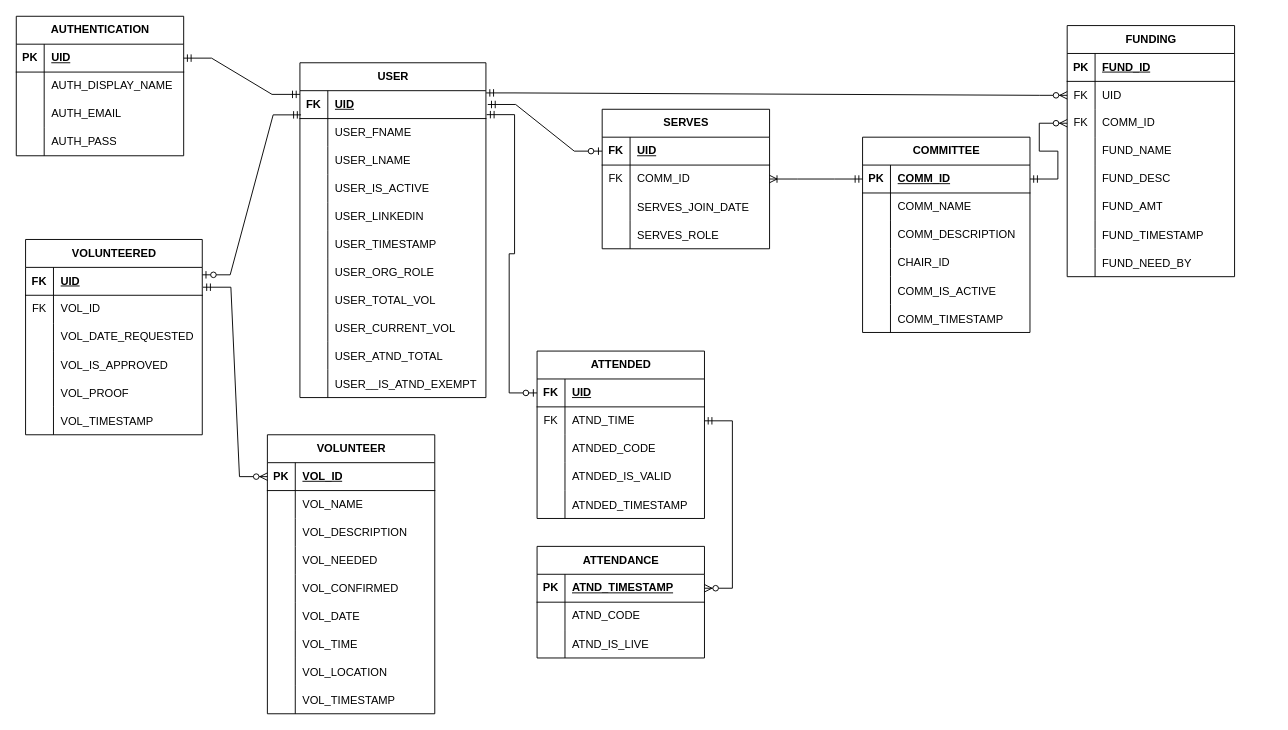
Above: dev/ApolloDBRelationalModel.drawio in Monotonality/Apollo (draw.io), before the change. Source tidied: cells renumbered, new cells numbered last; positions are measured from the earlier drawing's top-left corner, leaving out a move shared by most shapes. Both pictures are drawn from the tidied source at 93%, with x=0, y=0 at pixel (16, 16).
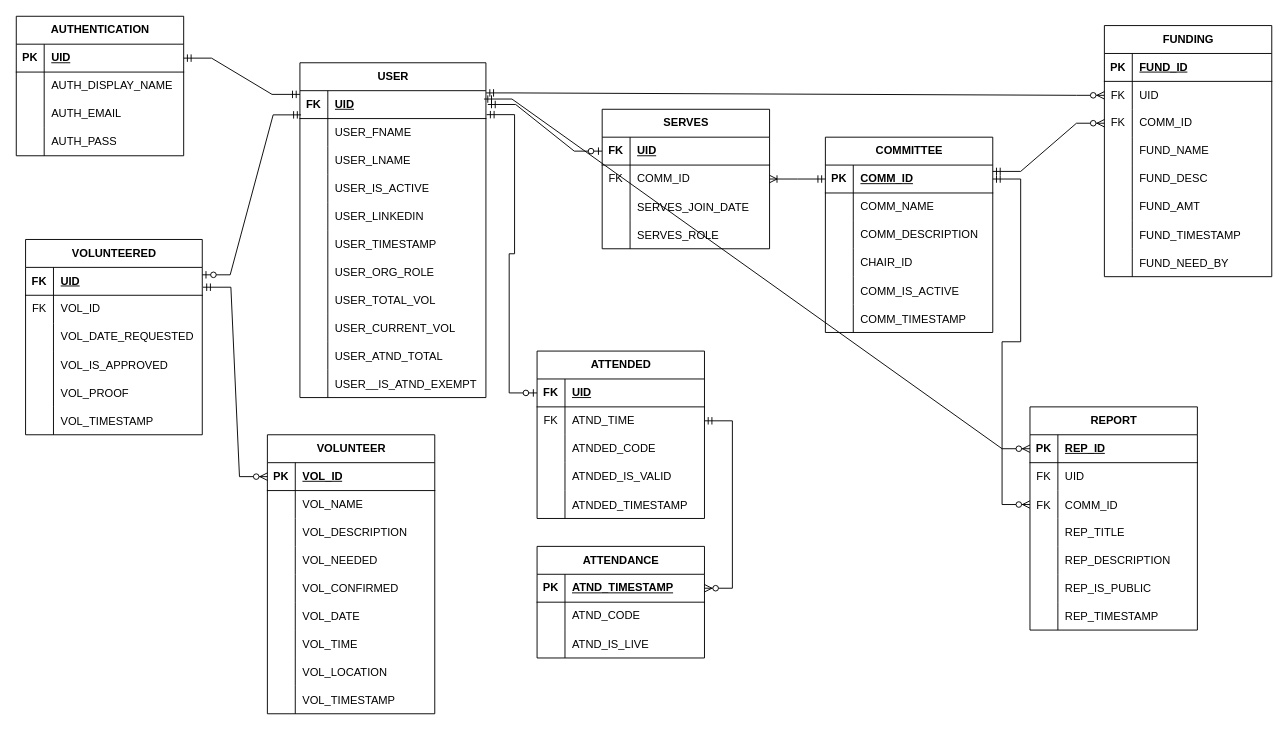
Above is the later version.

The change refers to these unchanged cells:
```xml
<mxCell id="3" style="shape=tableRow;horizontal=0;startSize=0;swimlaneHead=0;swimlaneBody=0;fillColor=none;points=[[0,0.5],[1,0.5]];portConstraint=eastwest;top=0;left=0;right=0;bottom=1;" parent="2" vertex="1">
  <mxGeometry y="30" width="200" height="30" as="geometry" />
</mxCell>
<mxCell id="50" style="shape=tableRow;horizontal=0;startSize=0;swimlaneHead=0;swimlaneBody=0;fillColor=none;points=[[0,0.5],[1,0.5]];portConstraint=eastwest;top=0;left=0;right=0;bottom=1;" parent="49" vertex="1">
  <mxGeometry y="30" width="180" height="30" as="geometry" />
</mxCell>
<mxCell id="119" style="shape=tableRow;horizontal=0;startSize=0;swimlaneHead=0;swimlaneBody=0;fillColor=none;points=[[0,0.5],[1,0.5]];portConstraint=eastwest;top=0;left=0;right=0;bottom=0;" parent="112" vertex="1">
  <mxGeometry y="90" width="180" height="30" as="geometry" />
</mxCell>
```

The edit, as a diff of the source:
```diff
@@
     <mxCell id="49" value="COMMITTEE" style="shape=table;startSize=30;childLayout=tableLayout;rowLines=0;fontStyle=1;align=center;html=1;" parent="1" vertex="1">
-      <mxGeometry x="910" y="130" width="180" height="210" as="geometry" />
+      <mxGeometry x="870" y="130" width="180" height="210" as="geometry" />
     </mxCell>
@@
     <mxCell id="112" value="FUNDING" style="shape=table;startSize=30;childLayout=tableLayout;rowLines=0;fontStyle=1;align=center;html=1;" parent="1" vertex="1">
-      <mxGeometry x="1130" y="10" width="180" height="270" as="geometry" />
+      <mxGeometry x="1170" y="10" width="180" height="270" as="geometry" />
     </mxCell>
@@
-    <mxCell id="137" style="edgeStyle=entityRelationEdgeStyle;fontSize=12;html=1;endArrow=ERzeroToMany;startArrow=ERmandOne;rounded=0;entryX=0;entryY=0.5;entryDx=0;entryDy=0;exitX=1;exitY=0.5;exitDx=0;exitDy=0;" parent="1" edge="1" source="50" target="119">
+    <mxCell id="137" style="edgeStyle=entityRelationEdgeStyle;fontSize=12;html=1;endArrow=ERzeroToMany;startArrow=ERmandOne;rounded=0;entryX=0;entryY=0.5;entryDx=0;entryDy=0;exitX=1;exitY=0.227;exitDx=0;exitDy=0;exitPerimeter=0;" parent="1" edge="1" source="50" target="119">
       <mxGeometry relative="1" as="geometry" />
     </mxCell>
@@
+    <mxCell id="188" value="REPORT" style="shape=table;startSize=30;childLayout=tableLayout;rowLines=0;fontStyle=1;align=center;html=1;" parent="1" vertex="1">
+      <mxGeometry x="1090" y="420" width="180" height="240" as="geometry" />
+    </mxCell>
+    <mxCell id="189" style="shape=tableRow;horizontal=0;startSize=0;swimlaneHead=0;swimlaneBody=0;fillColor=none;points=[[0,0.5],[1,0.5]];portConstraint=eastwest;top=0;left=0;right=0;bottom=1;" parent="188" vertex="1">
+      <mxGeometry y="30" width="180" height="30" as="geometry" />
+    </mxCell>
+    <mxCell id="190" value="PK" style="shape=partialRectangle;fillColor=none;top=0;left=0;bottom=0;right=0;fontStyle=1;overflow=hidden;whiteSpace=wrap;html=1;" parent="189" vertex="1">
+      <mxGeometry width="30" height="30" as="geometry" />
+    </mxCell>
+    <mxCell id="191" value="REP_ID" style="shape=partialRectangle;fillColor=none;top=0;left=0;bottom=0;right=0;align=left;spacingLeft=6;fontStyle=5;overflow=hidden;whiteSpace=wrap;html=1;" parent="189" vertex="1">
+      <mxGeometry x="30" width="150" height="30" as="geometry" />
+    </mxCell>
+    <mxCell id="192" style="shape=tableRow;horizontal=0;startSize=0;swimlaneHead=0;swimlaneBody=0;fillColor=none;top=0;left=0;right=0;bottom=0;" parent="188" vertex="1">
+      <mxGeometry y="60" width="180" height="30" as="geometry" />
+    </mxCell>
+    <mxCell id="193" value="FK" style="shape=partialRectangle;fillColor=none;top=0;left=0;bottom=0;right=0;overflow=hidden;whiteSpace=wrap;html=1;" parent="192" vertex="1">
+      <mxGeometry width="30" height="30" as="geometry" />
+    </mxCell>
+    <mxCell id="194" value="UID" style="shape=partialRectangle;fillColor=none;top=0;left=0;bottom=0;right=0;align=left;spacingLeft=6;overflow=hidden;whiteSpace=wrap;html=1;" parent="192" vertex="1">
+      <mxGeometry x="30" width="150" height="30" as="geometry" />
+    </mxCell>
+    <mxCell id="195" style="shape=tableRow;horizontal=0;startSize=0;swimlaneHead=0;swimlaneBody=0;fillColor=none;points=[[0,0.5],[1,0.5]];portConstraint=eastwest;top=0;left=0;right=0;bottom=0;" parent="188" vertex="1">
+      <mxGeometry y="90" width="180" height="30" as="geometry" />
+    </mxCell>
+    <mxCell id="196" value="FK" style="shape=partialRectangle;fillColor=none;top=0;left=0;bottom=0;right=0;overflow=hidden;" parent="195" vertex="1">
+      <mxGeometry width="30" height="30" as="geometry" />
+    </mxCell>
+    <mxCell id="197" value="COMM_ID" style="shape=partialRectangle;fillColor=none;top=0;left=0;bottom=0;right=0;align=left;spacingLeft=6;overflow=hidden;" parent="195" vertex="1">
+      <mxGeometry x="30" width="150" height="30" as="geometry" />
+    </mxCell>
+    <mxCell id="198" style="shape=tableRow;horizontal=0;startSize=0;swimlaneHead=0;swimlaneBody=0;fillColor=none;top=0;left=0;right=0;bottom=0;" parent="188" vertex="1">
+      <mxGeometry y="120" width="180" height="30" as="geometry" />
+    </mxCell>
+    <mxCell id="199" style="shape=partialRectangle;fillColor=none;top=0;left=0;bottom=0;right=0;overflow=hidden;whiteSpace=wrap;html=1;" parent="198" vertex="1">
+      <mxGeometry width="30" height="30" as="geometry" />
+    </mxCell>
+    <mxCell id="200" value="REP_TITLE" style="shape=partialRectangle;fillColor=none;top=0;left=0;bottom=0;right=0;align=left;spacingLeft=6;overflow=hidden;whiteSpace=wrap;html=1;" parent="198" vertex="1">
+      <mxGeometry x="30" width="150" height="30" as="geometry" />
+    </mxCell>
+    <mxCell id="201" style="shape=tableRow;horizontal=0;startSize=0;swimlaneHead=0;swimlaneBody=0;fillColor=none;top=0;left=0;right=0;bottom=0;" parent="188" vertex="1">
+      <mxGeometry y="150" width="180" height="30" as="geometry" />
+    </mxCell>
+    <mxCell id="202" style="shape=partialRectangle;fillColor=none;top=0;left=0;bottom=0;right=0;overflow=hidden;whiteSpace=wrap;html=1;" parent="201" vertex="1">
+      <mxGeometry width="30" height="30" as="geometry" />
+    </mxCell>
+    <mxCell id="203" value="REP_DESCRIPTION" style="shape=partialRectangle;fillColor=none;top=0;left=0;bottom=0;right=0;align=left;spacingLeft=6;overflow=hidden;whiteSpace=wrap;html=1;" parent="201" vertex="1">
+      <mxGeometry x="30" width="150" height="30" as="geometry" />
+    </mxCell>
+    <mxCell id="204" style="shape=tableRow;horizontal=0;startSize=0;swimlaneHead=0;swimlaneBody=0;fillColor=none;top=0;left=0;right=0;bottom=0;" parent="188" vertex="1">
+      <mxGeometry y="180" width="180" height="30" as="geometry" />
+    </mxCell>
+    <mxCell id="205" style="shape=partialRectangle;fillColor=none;top=0;left=0;bottom=0;right=0;overflow=hidden;" parent="204" vertex="1">
+      <mxGeometry width="30" height="30" as="geometry" />
+    </mxCell>
+    <mxCell id="206" value="REP_IS_PUBLIC" style="shape=partialRectangle;fillColor=none;top=0;left=0;bottom=0;right=0;align=left;spacingLeft=6;overflow=hidden;" parent="204" vertex="1">
+      <mxGeometry x="30" width="150" height="30" as="geometry" />
+    </mxCell>
+    <mxCell id="207" style="shape=tableRow;horizontal=0;startSize=0;swimlaneHead=0;swimlaneBody=0;fillColor=none;top=0;left=0;right=0;bottom=0;" parent="188" vertex="1">
+      <mxGeometry y="210" width="180" height="30" as="geometry" />
+    </mxCell>
+    <mxCell id="208" style="shape=partialRectangle;fillColor=none;top=0;left=0;bottom=0;right=0;overflow=hidden;" parent="207" vertex="1">
+      <mxGeometry width="30" height="30" as="geometry" />
+    </mxCell>
+    <mxCell id="209" value="REP_TIMESTAMP" style="shape=partialRectangle;fillColor=none;top=0;left=0;bottom=0;right=0;align=left;spacingLeft=6;overflow=hidden;" parent="207" vertex="1">
+      <mxGeometry x="30" width="150" height="30" as="geometry" />
+    </mxCell>
+    <mxCell id="210" style="edgeStyle=entityRelationEdgeStyle;fontSize=12;html=1;endArrow=ERzeroToMany;startArrow=ERmandOne;rounded=0;exitX=1;exitY=0.5;exitDx=0;exitDy=0;entryX=0;entryY=0.5;entryDx=0;entryDy=0;" parent="1" edge="1" source="50" target="195">
+      <mxGeometry relative="1" as="geometry" />
+    </mxCell>
+    <mxCell id="211" style="edgeStyle=entityRelationEdgeStyle;fontSize=12;html=1;endArrow=ERzeroToMany;startArrow=ERmandOne;rounded=0;entryX=0;entryY=0.5;entryDx=0;entryDy=0;exitX=0.99;exitY=0.3;exitDx=0;exitDy=0;exitPerimeter=0;" parent="1" edge="1" source="3" target="189">
+      <mxGeometry relative="1" as="geometry" />
+    </mxCell>
```
